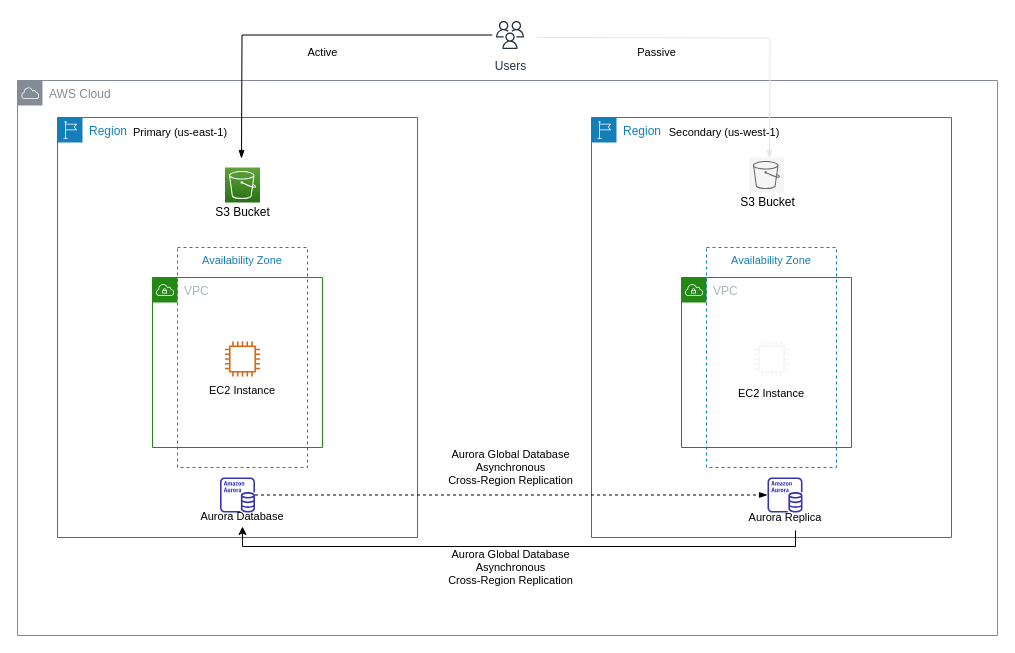
Earlier version of the draw.io diagram content/Reliability/Disaster Recovery/Workshop_2/PilotLight.drawio (awslabs/aws-well-architected-labs). Source tidied: cells renumbered, new cells numbered last; positions are measured from the earlier drawing's top-left corner, leaving out a move shared by most shapes. Both pictures are drawn from the tidied source at 100%, with x=0, y=0 at pixel (17, 17).
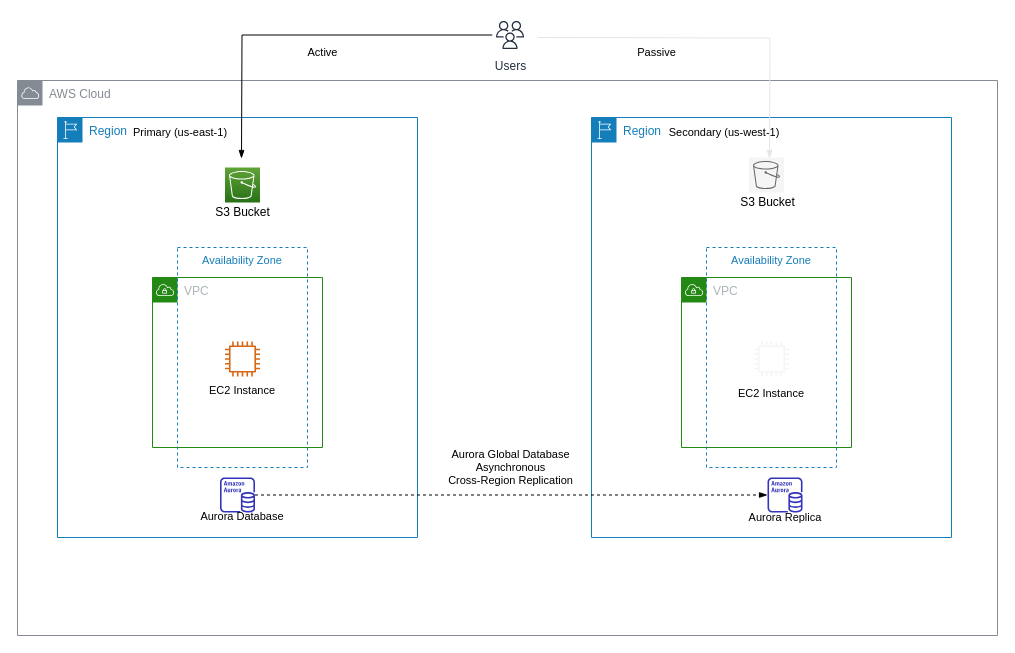
Above is the later version.

Commit message (it also covers changes not shown here):
Pilot and Warm Quip Feedback incorporated

The change refers to these unchanged cells:
```xml
<mxCell id="18" value="Aurora Database" style="text;html=1;strokeColor=none;fillColor=none;align=center;verticalAlign=middle;whiteSpace=wrap;rounded=0;fontSize=11;" parent="1" vertex="1">
  <mxGeometry x="175" y="489" width="100" height="20" as="geometry" />
</mxCell>
<mxCell id="23" value="Aurora Replica" style="text;html=1;strokeColor=none;fillColor=none;align=center;verticalAlign=middle;whiteSpace=wrap;rounded=0;fontSize=11;" parent="1" vertex="1">
  <mxGeometry x="717.5" y="490" width="100" height="20" as="geometry" />
</mxCell>
```

The edit, as a diff of the source:
```diff
@@
-    <mxCell id="22" style="edgeStyle=orthogonalEdgeStyle;rounded=0;jettySize=auto;html=1;entryX=0.5;entryY=1;entryDx=0;entryDy=0;exitX=0.605;exitY=1.15;exitDx=0;exitDy=0;exitPerimeter=0;" parent="1" edge="1" source="23" target="18">
-      <mxGeometry relative="1" as="geometry">
-        <Array as="points">
-          <mxPoint x="778" y="529" />
-          <mxPoint x="225" y="529" />
-        </Array>
-      </mxGeometry>
-    </mxCell>
@@
-    <mxCell id="31" value="Aurora Global Database&lt;br&gt;Asynchronous &lt;br&gt;Cross-Region Replication" style="text;html=1;align=center;verticalAlign=middle;fontSize=11;" parent="1" vertex="1">
-      <mxGeometry x="422.5" y="530" width="140" height="40" as="geometry" />
-    </mxCell>
```
